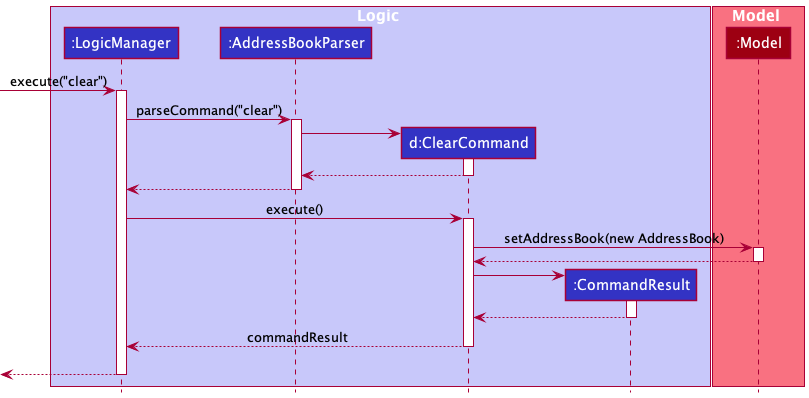
Before: docs/images/ClearSequenceDiagram.png, a diagram exported from PlantUML (nus-cs2103-AY2122S2/tp). The source it was exported from:
```plantuml
@startuml
!include style.puml

box Logic LOGIC_COLOR_T1
participant ":LogicManager" as LogicManager LOGIC_COLOR
participant ":AddressBookParser" as AddressBookParser LOGIC_COLOR
participant "d:ClearCommand" as ClearCommand LOGIC_COLOR
participant ":CommandResult" as CommandResult LOGIC_COLOR
end box

box Model MODEL_COLOR_T1
participant ":Model" as Model MODEL_COLOR
end box

[-> LogicManager : execute("clear")
activate LogicManager

LogicManager -> AddressBookParser : parseCommand("clear")
activate AddressBookParser

create ClearCommand
AddressBookParser -> ClearCommand
activate ClearCommand

ClearCommand --> AddressBookParser
deactivate ClearCommand

AddressBookParser --> LogicManager
deactivate AddressBookParser

LogicManager -> ClearCommand : execute()
activate ClearCommand

ClearCommand -> Model : setAddressBook(new AddressBook)
activate Model

Model --> ClearCommand
deactivate Model

create CommandResult
ClearCommand -> CommandResult
activate CommandResult

CommandResult --> ClearCommand
deactivate CommandResult

ClearCommand --> LogicManager : commandResult
deactivate ClearCommand

ClearCommand -[hidden]-> AddressBookParser
deactivate ClearCommand

[<--LogicManager
deactivate LogicManager
@enduml
```
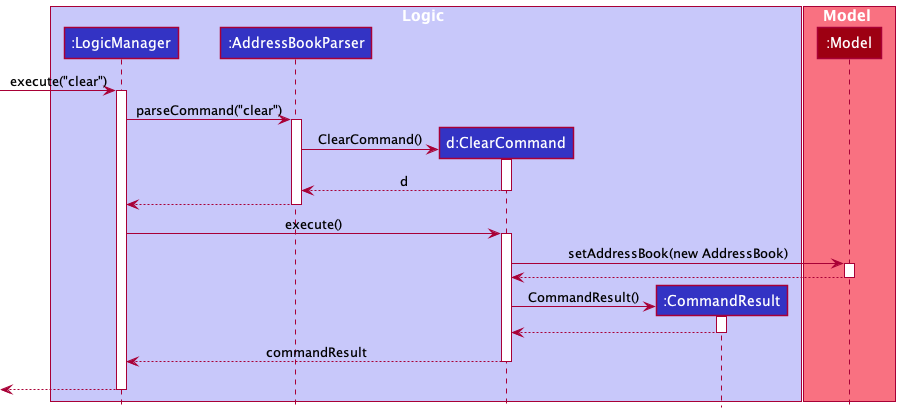
The same diagram one commit later.

Commit message:
edit developer guide to change diagram size and add label for ClearSequenceDiagram.png

What changed in the source:
```diff
@@ -19,10 +19,10 @@
 activate AddressBookParser
 
 create ClearCommand
-AddressBookParser -> ClearCommand
+AddressBookParser -> ClearCommand : ClearCommand()
 activate ClearCommand
 
-ClearCommand --> AddressBookParser
+ClearCommand --> AddressBookParser : d
 deactivate ClearCommand
 
 AddressBookParser --> LogicManager
@@ -38,7 +38,7 @@
 deactivate Model
 
 create CommandResult
-ClearCommand -> CommandResult
+ClearCommand -> CommandResult : CommandResult()
 activate CommandResult
 
 CommandResult --> ClearCommand
```
